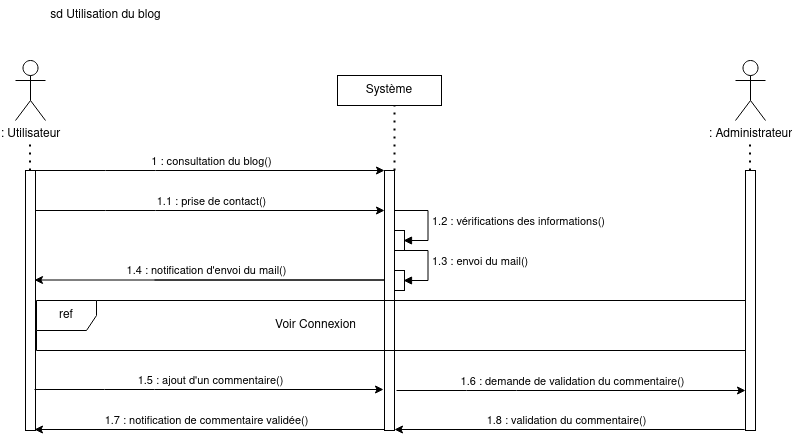
This is diagrams/diagramme_de_sequence_myfirstblog-utilisation_du_blog.drawio.png from j-lucea/MyFirstBlog, a draw.io export, as it was before one commit. Source tidied: cells renumbered, new cells last; positions are measured from the earlier drawing's top-left corner, leaving out a move shared by most shapes.
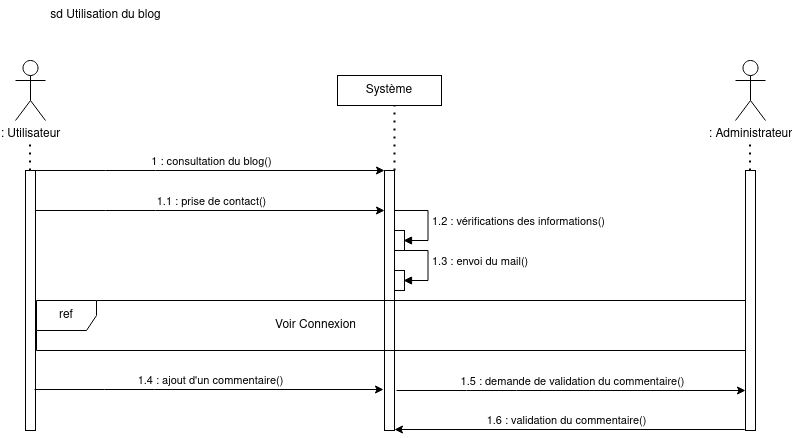
After the change.

Change to the diagram source:
```diff
@@ -39,7 +39,7 @@
         </Array>
       </mxGeometry>
     </mxCell>
-    <mxCell id="9" value="1.5 : ajout d'un commentaire()" style="edgeLabel;html=1;align=center;verticalAlign=middle;" parent="8" vertex="1">
+    <mxCell id="9" value="1.4 : ajout d'un commentaire()" style="edgeLabel;html=1;align=center;verticalAlign=middle;" parent="8" vertex="1">
       <mxGeometry relative="1" as="geometry">
         <mxPoint y="-10" as="offset" />
       </mxGeometry>
@@ -95,7 +95,7 @@
         </Array>
       </mxGeometry>
     </mxCell>
-    <mxCell id="18" value="1.6 : demande de validation du commentaire()" style="edgeLabel;html=1;align=center;verticalAlign=middle;" parent="17" vertex="1">
+    <mxCell id="18" value="1.5 : demande de validation du commentaire()" style="edgeLabel;html=1;align=center;verticalAlign=middle;" parent="17" vertex="1">
       <mxGeometry relative="1" as="geometry">
         <mxPoint y="-10" as="offset" />
       </mxGeometry>
@@ -116,26 +116,11 @@
         </Array>
       </mxGeometry>
     </mxCell>
-    <mxCell id="22" value="&lt;div&gt;1.8 : validation du commentaire()&lt;/div&gt;" style="edgeLabel;html=1;align=center;verticalAlign=middle;" parent="21" vertex="1">
+    <mxCell id="22" value="&lt;div&gt;1.6 : validation du commentaire()&lt;/div&gt;" style="edgeLabel;html=1;align=center;verticalAlign=middle;" parent="21" vertex="1">
       <mxGeometry relative="1" as="geometry">
         <mxPoint x="-119" y="-10" as="offset" />
       </mxGeometry>
     </mxCell>
-    <mxCell id="23" style="endArrow=classic;html=1;rounded=0;" parent="1" edge="1">
-      <mxGeometry relative="1" as="geometry">
-        <mxPoint x="139" y="429" as="sourcePoint" />
-        <mxPoint x="19" y="429" as="targetPoint" />
-        <Array as="points">
-          <mxPoint x="216.5" y="429" />
-          <mxPoint x="369" y="429" />
-        </Array>
-      </mxGeometry>
-    </mxCell>
-    <mxCell id="24" value="&lt;div&gt;1.7 : notification de commentaire validée()&lt;/div&gt;" style="edgeLabel;html=1;align=center;verticalAlign=middle;" parent="23" vertex="1">
-      <mxGeometry relative="1" as="geometry">
-        <mxPoint x="-119" y="-10" as="offset" />
-      </mxGeometry>
-    </mxCell>
     <mxCell id="25" value="1.2 : vérifications des informations()" style="html=1;align=left;spacingLeft=2;endArrow=block;rounded=0;edgeStyle=orthogonalEdgeStyle;curved=0;rounded=0;" parent="1" edge="1">
       <mxGeometry relative="1" as="geometry">
         <mxPoint x="379" y="210" as="sourcePoint" />
@@ -145,21 +130,6 @@
         </Array>
       </mxGeometry>
     </mxCell>
-    <mxCell id="26" style="endArrow=classic;html=1;rounded=0;" parent="1" edge="1">
-      <mxGeometry relative="1" as="geometry">
-        <mxPoint x="139" y="279.5" as="sourcePoint" />
-        <mxPoint x="19" y="279.5" as="targetPoint" />
-        <Array as="points">
-          <mxPoint x="216.5" y="279.5" />
-          <mxPoint x="369" y="279.5" />
-        </Array>
-      </mxGeometry>
-    </mxCell>
-    <mxCell id="27" value="&lt;div&gt;1.4 : notification d'envoi du mail()&lt;/div&gt;" style="edgeLabel;html=1;align=center;verticalAlign=middle;" parent="26" vertex="1">
-      <mxGeometry relative="1" as="geometry">
-        <mxPoint x="-119" y="-10" as="offset" />
-      </mxGeometry>
-    </mxCell>
     <mxCell id="28" style="html=1;perimeter=orthogonalPerimeter;targetShapes=umlLifeline;newEdgeStyle={&quot;edgeStyle&quot;:&quot;elbowEdgeStyle&quot;,&quot;elbow&quot;:&quot;vertical&quot;,&quot;curved&quot;:0,&quot;rounded&quot;:0};" parent="1" vertex="1">
       <mxGeometry x="379" y="270" width="10" height="20" as="geometry" />
     </mxCell>
```
